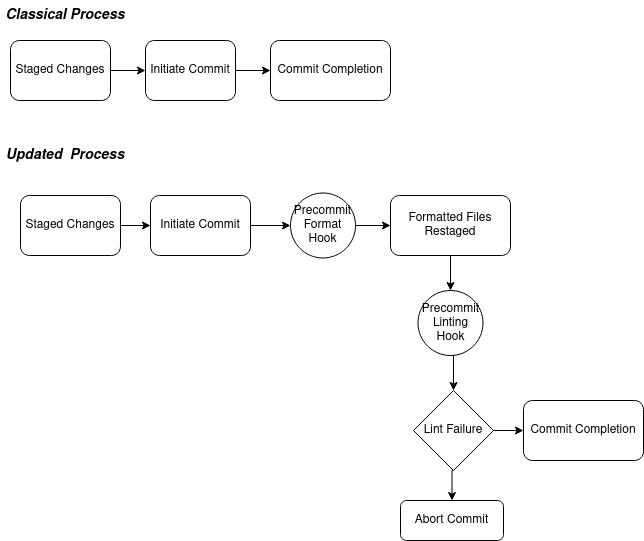
rambalachandran/rambalachandran.github.io keeps this draw.io diagram as assets/images/blog_posts/git_precommit_hook_lint.png. Above is the earlier version. Source tidied: cells renumbered, new cells last; positions are measured from the earlier drawing's top-left corner, leaving out a move shared by most shapes. Source of this version:
```xml
<mxGraphModel>
  <root>
    <mxCell id="0" />
    <mxCell id="1" parent="0" />
    <mxCell id="2" style="edgeStyle=orthogonalEdgeStyle;rounded=0;jettySize=auto;html=1;exitX=1;exitY=0.5;exitDx=0;exitDy=0;entryX=0;entryY=0.5;entryDx=0;entryDy=0;" parent="1" edge="1" source="3" target="5">
      <mxGeometry relative="1" as="geometry" />
    </mxCell>
    <mxCell id="3" value="Staged Changes" style="rounded=1;whiteSpace=wrap;html=1;" parent="1" vertex="1">
      <mxGeometry x="10" y="40" width="100" height="60" as="geometry" />
    </mxCell>
    <mxCell id="4" style="edgeStyle=orthogonalEdgeStyle;rounded=0;jettySize=auto;html=1;exitX=1;exitY=0.5;exitDx=0;exitDy=0;" parent="1" edge="1" source="5" target="6">
      <mxGeometry relative="1" as="geometry" />
    </mxCell>
    <mxCell id="5" value="Initiate Commit" style="rounded=1;whiteSpace=wrap;html=1;" parent="1" vertex="1">
      <mxGeometry x="145" y="40" width="90" height="60" as="geometry" />
    </mxCell>
    <mxCell id="6" value="Commit Completion" style="rounded=1;whiteSpace=wrap;html=1;" parent="1" vertex="1">
      <mxGeometry x="270" y="40" width="120" height="60" as="geometry" />
    </mxCell>
    <mxCell id="7" style="edgeStyle=orthogonalEdgeStyle;rounded=0;jettySize=auto;html=1;exitX=1;exitY=0.5;exitDx=0;exitDy=0;entryX=0;entryY=0.5;entryDx=0;entryDy=0;" parent="1" edge="1" source="8" target="10">
      <mxGeometry relative="1" as="geometry" />
    </mxCell>
    <mxCell id="8" value="Staged Changes" style="rounded=1;whiteSpace=wrap;html=1;" parent="1" vertex="1">
      <mxGeometry x="20" y="195" width="100" height="60" as="geometry" />
    </mxCell>
    <mxCell id="9" style="edgeStyle=orthogonalEdgeStyle;rounded=0;jettySize=auto;html=1;exitX=1;exitY=0.5;exitDx=0;exitDy=0;entryX=0;entryY=0.5;entryDx=0;entryDy=0;" parent="1" edge="1" source="10" target="18">
      <mxGeometry relative="1" as="geometry" />
    </mxCell>
    <mxCell id="10" value="Initiate Commit" style="rounded=1;whiteSpace=wrap;html=1;" parent="1" vertex="1">
      <mxGeometry x="150" y="195" width="100" height="60" as="geometry" />
    </mxCell>
    <mxCell id="11" style="edgeStyle=orthogonalEdgeStyle;rounded=0;jettySize=auto;html=1;exitX=0.5;exitY=1;exitDx=0;exitDy=0;entryX=0.5;entryY=0;entryDx=0;entryDy=0;" parent="1" edge="1" source="12" target="16">
      <mxGeometry relative="1" as="geometry" />
    </mxCell>
    <mxCell id="12" value="&lt;div&gt;Formatted Files&lt;/div&gt;&lt;div&gt;Restaged&lt;br&gt;&lt;/div&gt;" style="rounded=1;whiteSpace=wrap;html=1;" parent="1" vertex="1">
      <mxGeometry x="390" y="195" width="120" height="60" as="geometry" />
    </mxCell>
    <mxCell id="13" value="&lt;b&gt;&lt;font style=&quot;font-size: 14px;&quot;&gt;&lt;i&gt;Classical Process&lt;/i&gt;&lt;/font&gt;&lt;/b&gt;" style="text;html=1;strokeColor=none;fillColor=none;align=center;verticalAlign=middle;whiteSpace=wrap;rounded=0;" parent="1" vertex="1">
      <mxGeometry width="130" height="30" as="geometry" />
    </mxCell>
    <mxCell id="14" value="&lt;b&gt;&lt;i&gt;&lt;font style=&quot;font-size: 14px;&quot;&gt;Updated&amp;nbsp; Process&lt;/font&gt;&lt;/i&gt;&lt;/b&gt;" style="text;html=1;strokeColor=none;fillColor=none;align=center;verticalAlign=middle;whiteSpace=wrap;rounded=0;" parent="1" vertex="1">
      <mxGeometry y="140" width="130" height="30" as="geometry" />
    </mxCell>
    <mxCell id="15" style="edgeStyle=orthogonalEdgeStyle;rounded=0;jettySize=auto;html=1;exitX=0.5;exitY=1;exitDx=0;exitDy=0;entryX=0.5;entryY=0;entryDx=0;entryDy=0;" parent="1" edge="1" source="16" target="21">
      <mxGeometry relative="1" as="geometry" />
    </mxCell>
    <mxCell id="16" value="Precommit Linting Hook" style="ellipse;whiteSpace=wrap;html=1;" parent="1" vertex="1">
      <mxGeometry x="417.5" y="290" width="65" height="65" as="geometry" />
    </mxCell>
    <mxCell id="17" style="edgeStyle=orthogonalEdgeStyle;rounded=0;jettySize=auto;html=1;exitX=1;exitY=0.5;exitDx=0;exitDy=0;entryX=0;entryY=0.5;entryDx=0;entryDy=0;" parent="1" edge="1" source="18" target="12">
      <mxGeometry relative="1" as="geometry" />
    </mxCell>
    <mxCell id="18" value="Precommit Format Hook" style="ellipse;whiteSpace=wrap;html=1;" parent="1" vertex="1">
      <mxGeometry x="290" y="192.5" width="65" height="65" as="geometry" />
    </mxCell>
    <mxCell id="19" style="edgeStyle=orthogonalEdgeStyle;rounded=0;jettySize=auto;html=1;exitX=0.5;exitY=1;exitDx=0;exitDy=0;entryX=0.5;entryY=0;entryDx=0;entryDy=0;" parent="1" edge="1" source="21" target="22">
      <mxGeometry relative="1" as="geometry" />
    </mxCell>
    <mxCell id="20" style="edgeStyle=orthogonalEdgeStyle;rounded=0;jettySize=auto;html=1;exitX=1;exitY=0.5;exitDx=0;exitDy=0;entryX=0;entryY=0.5;entryDx=0;entryDy=0;" parent="1" edge="1" source="21" target="23">
      <mxGeometry relative="1" as="geometry" />
    </mxCell>
    <mxCell id="21" value="Lint Failure" style="rhombus;whiteSpace=wrap;html=1;" parent="1" vertex="1">
      <mxGeometry x="413" y="390" width="80" height="80" as="geometry" />
    </mxCell>
    <mxCell id="22" value="Abort Commit" style="rounded=1;whiteSpace=wrap;html=1;" parent="1" vertex="1">
      <mxGeometry x="400" y="500" width="103" height="40" as="geometry" />
    </mxCell>
    <mxCell id="23" value="Commit Completion" style="rounded=1;whiteSpace=wrap;html=1;" parent="1" vertex="1">
      <mxGeometry x="523" y="400" width="120" height="60" as="geometry" />
    </mxCell>
  </root>
</mxGraphModel>
```
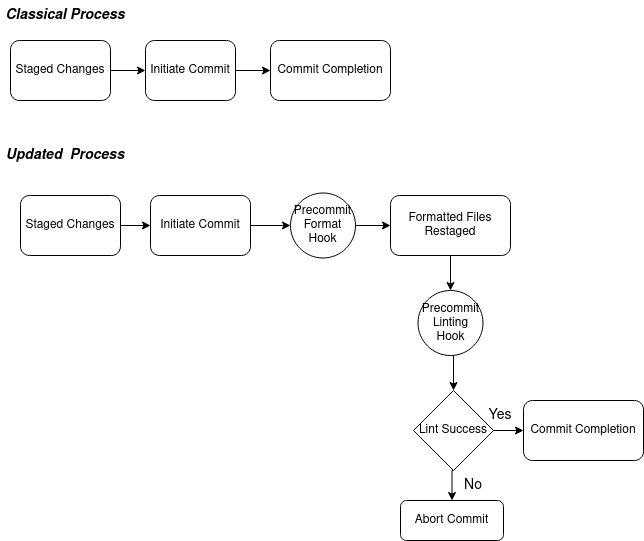
After the commit.

Diff of the diagram source:
```diff
@@ -59,7 +59,7 @@
     <mxCell id="20" style="edgeStyle=orthogonalEdgeStyle;rounded=0;jettySize=auto;html=1;exitX=1;exitY=0.5;exitDx=0;exitDy=0;entryX=0;entryY=0.5;entryDx=0;entryDy=0;" parent="1" edge="1" source="21" target="23">
       <mxGeometry relative="1" as="geometry" />
     </mxCell>
-    <mxCell id="21" value="Lint Failure" style="rhombus;whiteSpace=wrap;html=1;" parent="1" vertex="1">
+    <mxCell id="21" value="Lint Success" style="rhombus;whiteSpace=wrap;html=1;" parent="1" vertex="1">
       <mxGeometry x="413" y="390" width="80" height="80" as="geometry" />
     </mxCell>
     <mxCell id="22" value="Abort Commit" style="rounded=1;whiteSpace=wrap;html=1;" parent="1" vertex="1">
@@ -68,5 +68,11 @@
     <mxCell id="23" value="Commit Completion" style="rounded=1;whiteSpace=wrap;html=1;" parent="1" vertex="1">
       <mxGeometry x="523" y="400" width="120" height="60" as="geometry" />
     </mxCell>
+    <mxCell id="24" value="No" style="text;html=1;strokeColor=none;fillColor=none;align=center;verticalAlign=middle;whiteSpace=wrap;rounded=0;fontSize=14;" parent="1" vertex="1">
+      <mxGeometry x="443" y="470" width="60" height="30" as="geometry" />
+    </mxCell>
+    <mxCell id="25" value="Yes" style="text;html=1;strokeColor=none;fillColor=none;align=center;verticalAlign=middle;whiteSpace=wrap;rounded=0;fontSize=14;" parent="1" vertex="1">
+      <mxGeometry x="470" y="400" width="60" height="30" as="geometry" />
+    </mxCell>
   </root>
 </mxGraphModel>
```
